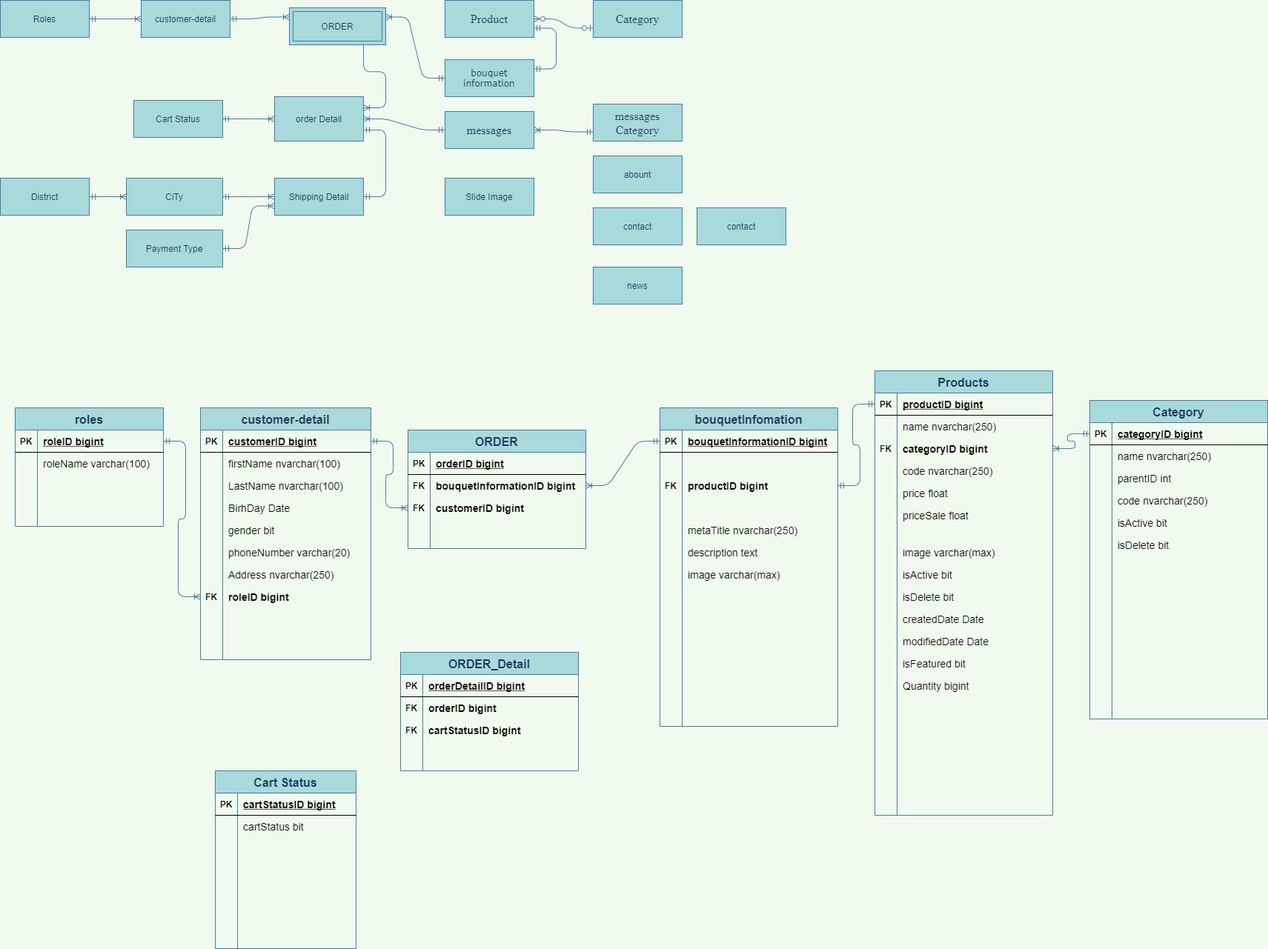
Before: Untitled Diagram.png, a diagram exported from draw.io (maialino123/Eproject-SEM3). Source tidied: cells renumbered, new cells last; positions are measured from the earlier drawing's top-left corner, leaving out a move shared by most shapes.
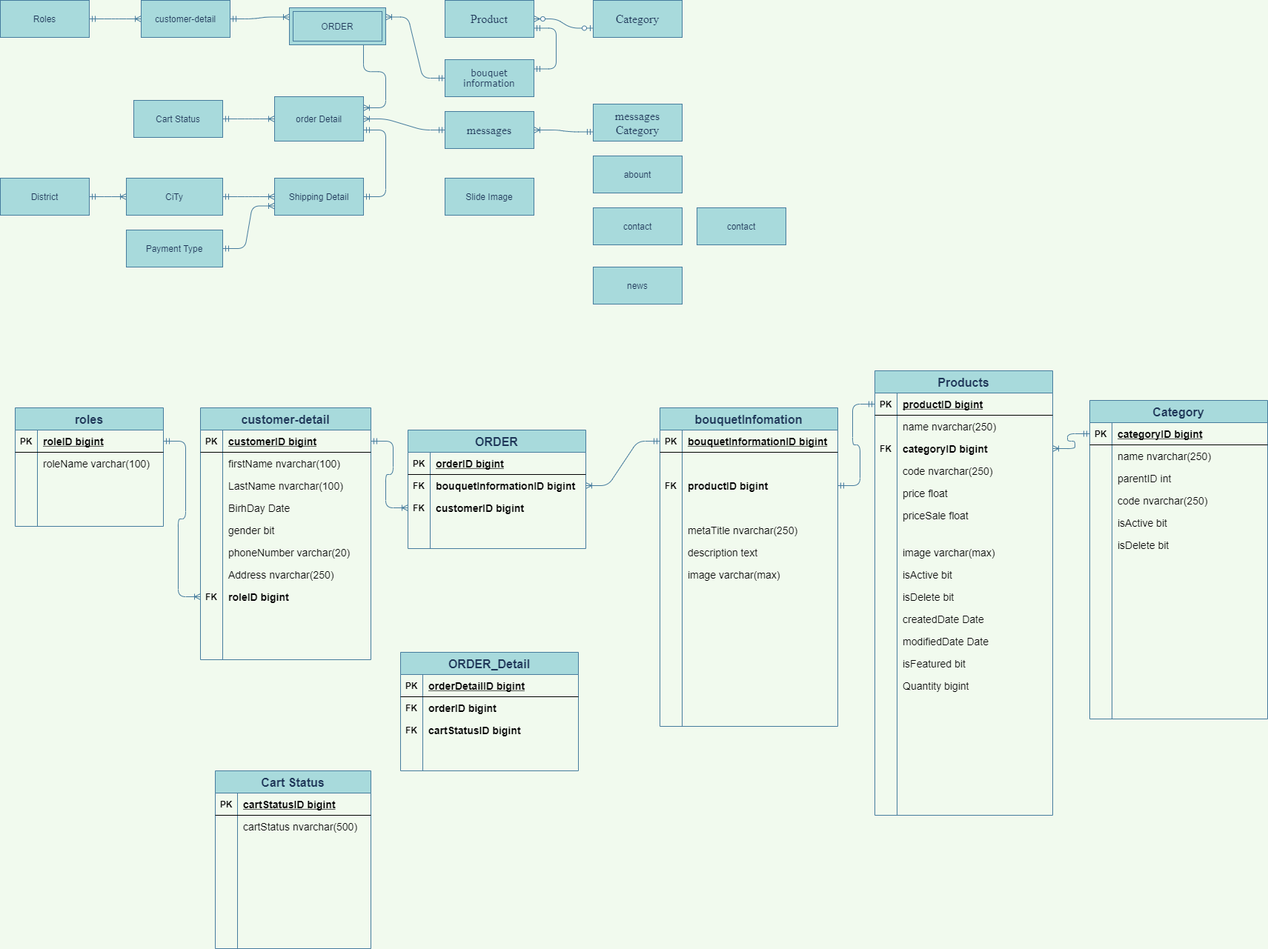
Above is the later version.

Change to the diagram source:
```diff
@@ -213,70 +213,70 @@
       <mxGeometry x="30" width="200" height="30" as="geometry" />
     </mxCell>
     <mxCell id="72" value="Cart Status" style="shape=table;startSize=30;rowLines=0;fontStyle=1;align=center;rounded=0;sketch=0;fontColor=#1D3557;strokeColor=#457B9D;fillColor=#A8DADC;fontSize=16;" parent="1" vertex="1">
-      <mxGeometry x="290" y="1040" width="190" height="240" as="geometry" />
+      <mxGeometry x="290" y="1040" width="210" height="240" as="geometry" />
     </mxCell>
     <mxCell id="73" style="shape=partialRectangle;fillColor=none;top=0;left=0;bottom=1;right=0;" parent="72" vertex="1">
-      <mxGeometry y="30" width="190" height="30" as="geometry" />
+      <mxGeometry y="30" width="210" height="30" as="geometry" />
     </mxCell>
     <mxCell id="74" value="PK" style="shape=partialRectangle;fillColor=none;top=0;left=0;bottom=0;right=0;fontStyle=1;overflow=hidden;" parent="73" vertex="1">
       <mxGeometry width="30" height="30" as="geometry" />
     </mxCell>
     <mxCell id="75" value="cartStatusID bigint" style="shape=partialRectangle;fillColor=none;top=0;left=0;bottom=0;right=0;align=left;spacingLeft=6;fontStyle=5;overflow=hidden;fontSize=14;" parent="73" vertex="1">
-      <mxGeometry x="30" width="160" height="30" as="geometry" />
+      <mxGeometry x="30" width="180" height="30" as="geometry" />
     </mxCell>
     <mxCell id="76" style="shape=partialRectangle;fillColor=none;top=0;left=0;bottom=0;right=0;" parent="72" vertex="1">
-      <mxGeometry y="60" width="190" height="30" as="geometry" />
+      <mxGeometry y="60" width="210" height="30" as="geometry" />
     </mxCell>
     <mxCell id="77" style="shape=partialRectangle;fillColor=none;top=0;left=0;bottom=0;right=0;overflow=hidden;" parent="76" vertex="1">
       <mxGeometry width="30" height="30" as="geometry" />
     </mxCell>
-    <mxCell id="78" value="cartStatus bit" style="shape=partialRectangle;fillColor=none;top=0;left=0;bottom=0;right=0;align=left;spacingLeft=6;overflow=hidden;fontSize=14;" parent="76" vertex="1">
-      <mxGeometry x="30" width="160" height="30" as="geometry" />
+    <mxCell id="78" value="cartStatus nvarchar(500)" style="shape=partialRectangle;fillColor=none;top=0;left=0;bottom=0;right=0;align=left;spacingLeft=6;overflow=hidden;fontSize=14;" parent="76" vertex="1">
+      <mxGeometry x="30" width="180" height="30" as="geometry" />
     </mxCell>
     <mxCell id="79" style="shape=partialRectangle;fillColor=none;top=0;left=0;bottom=0;right=0;" parent="72" vertex="1">
-      <mxGeometry y="90" width="190" height="30" as="geometry" />
+      <mxGeometry y="90" width="210" height="30" as="geometry" />
     </mxCell>
     <mxCell id="80" style="shape=partialRectangle;fillColor=none;top=0;left=0;bottom=0;right=0;overflow=hidden;" parent="79" vertex="1">
       <mxGeometry width="30" height="30" as="geometry" />
     </mxCell>
     <mxCell id="81" style="shape=partialRectangle;fillColor=none;top=0;left=0;bottom=0;right=0;align=left;spacingLeft=6;overflow=hidden;" parent="79" vertex="1">
-      <mxGeometry x="30" width="160" height="30" as="geometry" />
+      <mxGeometry x="30" width="180" height="30" as="geometry" />
     </mxCell>
     <mxCell id="82" style="shape=partialRectangle;fillColor=none;top=0;left=0;bottom=0;right=0;" parent="72" vertex="1">
-      <mxGeometry y="120" width="190" height="30" as="geometry" />
+      <mxGeometry y="120" width="210" height="30" as="geometry" />
     </mxCell>
     <mxCell id="83" style="shape=partialRectangle;fillColor=none;top=0;left=0;bottom=0;right=0;overflow=hidden;" parent="82" vertex="1">
       <mxGeometry width="30" height="30" as="geometry" />
     </mxCell>
     <mxCell id="84" style="shape=partialRectangle;fillColor=none;top=0;left=0;bottom=0;right=0;align=left;spacingLeft=6;overflow=hidden;" parent="82" vertex="1">
-      <mxGeometry x="30" width="160" height="30" as="geometry" />
+      <mxGeometry x="30" width="180" height="30" as="geometry" />
     </mxCell>
     <mxCell id="85" style="shape=partialRectangle;fillColor=none;top=0;left=0;bottom=0;right=0;" parent="72" vertex="1">
-      <mxGeometry y="150" width="190" height="30" as="geometry" />
+      <mxGeometry y="150" width="210" height="30" as="geometry" />
     </mxCell>
     <mxCell id="86" style="shape=partialRectangle;fillColor=none;top=0;left=0;bottom=0;right=0;overflow=hidden;" parent="85" vertex="1">
       <mxGeometry width="30" height="30" as="geometry" />
     </mxCell>
     <mxCell id="87" style="shape=partialRectangle;fillColor=none;top=0;left=0;bottom=0;right=0;align=left;spacingLeft=6;overflow=hidden;" parent="85" vertex="1">
-      <mxGeometry x="30" width="160" height="30" as="geometry" />
+      <mxGeometry x="30" width="180" height="30" as="geometry" />
     </mxCell>
     <mxCell id="88" style="shape=partialRectangle;fillColor=none;top=0;left=0;bottom=0;right=0;" parent="72" vertex="1">
-      <mxGeometry y="180" width="190" height="30" as="geometry" />
+      <mxGeometry y="180" width="210" height="30" as="geometry" />
     </mxCell>
     <mxCell id="89" style="shape=partialRectangle;fillColor=none;top=0;left=0;bottom=0;right=0;overflow=hidden;" parent="88" vertex="1">
       <mxGeometry width="30" height="30" as="geometry" />
     </mxCell>
     <mxCell id="90" style="shape=partialRectangle;fillColor=none;top=0;left=0;bottom=0;right=0;align=left;spacingLeft=6;overflow=hidden;" parent="88" vertex="1">
-      <mxGeometry x="30" width="160" height="30" as="geometry" />
+      <mxGeometry x="30" width="180" height="30" as="geometry" />
     </mxCell>
     <mxCell id="91" style="shape=partialRectangle;fillColor=none;top=0;left=0;bottom=0;right=0;" parent="72" vertex="1">
-      <mxGeometry y="210" width="190" height="30" as="geometry" />
+      <mxGeometry y="210" width="210" height="30" as="geometry" />
     </mxCell>
     <mxCell id="92" style="shape=partialRectangle;fillColor=none;top=0;left=0;bottom=0;right=0;overflow=hidden;" parent="91" vertex="1">
       <mxGeometry width="30" height="30" as="geometry" />
     </mxCell>
     <mxCell id="93" style="shape=partialRectangle;fillColor=none;top=0;left=0;bottom=0;right=0;align=left;spacingLeft=6;overflow=hidden;" parent="91" vertex="1">
-      <mxGeometry x="30" width="160" height="30" as="geometry" />
+      <mxGeometry x="30" width="180" height="30" as="geometry" />
     </mxCell>
     <mxCell id="94" style="edgeStyle=entityRelationEdgeStyle;fontSize=12;html=1;endArrow=ERoneToMany;startArrow=ERmandOne;fontColor=#1D3557;strokeColor=#457B9D;fillColor=#A8DADC;labelBackgroundColor=#F1FAEE;exitX=1;exitY=0.5;exitDx=0;exitDy=0;entryX=0;entryY=0.5;entryDx=0;entryDy=0;" parent="1" edge="1" source="35" target="69">
       <mxGeometry relative="1" as="geometry" />
```
